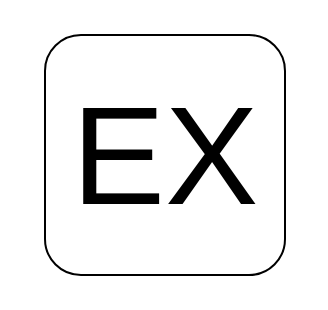
Before: public/img/vorlage.drawio in Birnbaua/fastlane_ui, a draw.io diagram. Source tidied: cells renumbered, new cells numbered last; positions are measured from the earlier drawing's top-left corner, leaving out a move shared by most shapes. Both pictures are drawn from the tidied source at 200%, with x=0, y=0 at pixel (44, 34).
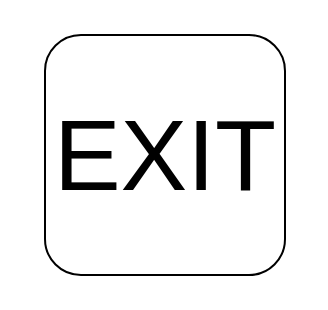
The same diagram, later.

Diff of the diagram source:
```diff
@@
 <mxGraphModel>
   <root>
     <mxCell id="0" />
     <mxCell id="1" parent="0" />
     <mxCell id="2" style="rounded=1;whiteSpace=wrap;html=1;" parent="1" vertex="1">
       <mxGeometry width="120" height="120" as="geometry" />
     </mxCell>
-    <mxCell id="3" value="&lt;font style=&quot;font-size: 70px;&quot;&gt;EX&lt;/font&gt;" style="text;html=1;align=center;verticalAlign=middle;" parent="1" vertex="1">
-      <mxGeometry y="10" width="120" height="100" as="geometry" />
+    <mxCell id="3" value="&lt;font style=&quot;font-size: 50px;&quot;&gt;EXIT&lt;/font&gt;" style="text;html=1;align=center;verticalAlign=middle;" parent="1" vertex="1">
+      <mxGeometry x="-5" y="25" width="130" height="70" as="geometry" />
     </mxCell>
   </root>
 </mxGraphModel>
```
